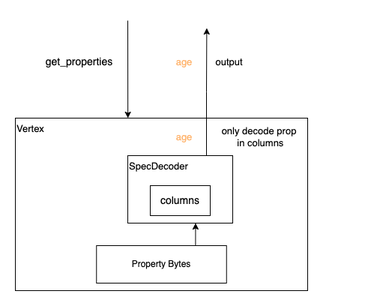
Above: assets/ospp-graphscope-filter-pushdown/column_filter2.png in waruto21/Jason210314.github.io (draw.io), before the change. Source tidied: cells renumbered, new cells last; positions are measured from the earlier drawing's top-left corner, leaving out a move shared by most shapes. Source of this version:
```xml
<mxGraphModel>
  <root>
    <mxCell id="0" />
    <mxCell id="1" parent="0" />
    <mxCell id="2" style="group;" parent="1" vertex="1">
      <mxGeometry width="450" height="360" as="geometry" />
    </mxCell>
    <mxCell id="3" style="group;" parent="2" vertex="1">
      <mxGeometry y="230" width="450" height="130" as="geometry" />
    </mxCell>
    <mxCell id="4" value="&lt;font color=&quot;#000000&quot;&gt;Vertex&lt;/font&gt;" style="rounded=0;whiteSpace=wrap;html=1;fontSize=13;fontColor=#FFB570;align=left;verticalAlign=top;" parent="3" vertex="1">
      <mxGeometry y="-100" width="390" height="230" as="geometry" />
    </mxCell>
    <mxCell id="5" style="edgeStyle=orthogonalEdgeStyle;rounded=0;jettySize=auto;html=1;exitX=0.75;exitY=0;exitDx=0;exitDy=0;entryX=0.646;entryY=1;entryDx=0;entryDy=0;entryPerimeter=0;fontSize=13;fontColor=#000000;" parent="3" edge="1" source="6" target="7">
      <mxGeometry relative="1" as="geometry" />
    </mxCell>
    <mxCell id="6" value="Property Bytes" style="rounded=0;whiteSpace=wrap;html=1;" parent="3" vertex="1">
      <mxGeometry x="108.2" y="70" width="173.5" height="50" as="geometry" />
    </mxCell>
    <mxCell id="7" value="SpecDecoder" style="rounded=0;whiteSpace=wrap;html=1;fontSize=13;fontColor=#000000;align=left;verticalAlign=top;" parent="3" vertex="1">
      <mxGeometry x="150" y="-50" width="140" height="90" as="geometry" />
    </mxCell>
    <mxCell id="8" value="columns" style="rounded=0;whiteSpace=wrap;html=1;fontSize=14;" parent="3" vertex="1">
      <mxGeometry x="180" y="-10" width="80" height="40" as="geometry" />
    </mxCell>
    <mxCell id="9" value="get_properties" style="text;html=1;align=center;verticalAlign=middle;points=[];strokeColor=none;fillColor=none;fontSize=14;" parent="2" vertex="1">
      <mxGeometry x="30" y="40" width="110" height="30" as="geometry" />
    </mxCell>
    <mxCell id="10" style="endArrow=classic;html=1;rounded=0;fontSize=13;fontColor=#000000;entryX=0.385;entryY=0;entryDx=0;entryDy=0;entryPerimeter=0;" parent="2" edge="1" target="4">
      <mxGeometry relative="1" as="geometry">
        <mxPoint x="150" as="sourcePoint" />
      </mxGeometry>
    </mxCell>
    <mxCell id="11" style="edgeStyle=orthogonalEdgeStyle;rounded=0;jettySize=auto;html=1;exitX=0.75;exitY=0;exitDx=0;exitDy=0;fontSize=13;fontColor=#000000;" parent="2" edge="1" source="7">
      <mxGeometry relative="1" as="geometry">
        <mxPoint x="255.4" y="10" as="targetPoint" />
      </mxGeometry>
    </mxCell>
    <mxCell id="12" value="output" style="text;html=1;align=center;verticalAlign=middle;strokeColor=none;fillColor=none;fontSize=13;fontColor=#000000;" parent="2" vertex="1">
      <mxGeometry x="255" y="40" width="60" height="30" as="geometry" />
    </mxCell>
    <mxCell id="13" value="&lt;font color=&quot;#ffb570&quot;&gt;age&lt;/font&gt;" style="text;html=1;align=center;verticalAlign=middle;strokeColor=none;fillColor=none;fontSize=13;fontColor=#000000;" parent="2" vertex="1">
      <mxGeometry x="200" y="40" width="50" height="30" as="geometry" />
    </mxCell>
    <mxCell id="14" value="only decode prop&lt;br&gt;&amp;nbsp;in columns" style="text;html=1;align=center;verticalAlign=middle;strokeColor=none;fillColor=none;fontSize=13;fontColor=#000000;" parent="2" vertex="1">
      <mxGeometry x="265" y="135" width="120" height="40" as="geometry" />
    </mxCell>
    <mxCell id="15" value="&lt;font color=&quot;#ffb570&quot;&gt;age&lt;/font&gt;" style="text;html=1;align=center;verticalAlign=middle;strokeColor=none;fillColor=none;fontSize=13;fontColor=#000000;" parent="2" vertex="1">
      <mxGeometry x="200" y="140" width="50" height="30" as="geometry" />
    </mxCell>
  </root>
</mxGraphModel>
```
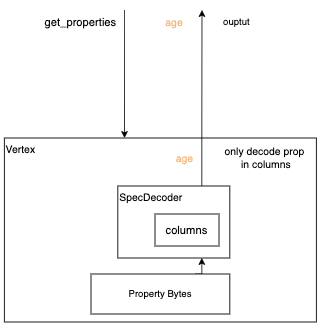
After the commit.

Change to the diagram source:
```diff
@@ -2,51 +2,45 @@
   <root>
     <mxCell id="0" />
     <mxCell id="1" parent="0" />
-    <mxCell id="2" style="group;" parent="1" vertex="1">
-      <mxGeometry width="450" height="360" as="geometry" />
+    <mxCell id="2" value="get_properties" style="text;html=1;align=center;verticalAlign=middle;strokeColor=none;fillColor=none;fontSize=14;" parent="1" vertex="1">
+      <mxGeometry width="110" height="30" as="geometry" />
     </mxCell>
-    <mxCell id="3" style="group;" parent="2" vertex="1">
-      <mxGeometry y="230" width="450" height="130" as="geometry" />
+    <mxCell id="3" style="endArrow=classic;html=1;rounded=0;fontSize=13;fontColor=#000000;entryX=0.385;entryY=0;entryDx=0;entryDy=0;entryPerimeter=0;" parent="1" edge="1" target="5">
+      <mxGeometry relative="1" as="geometry">
+        <mxPoint x="110" as="sourcePoint" />
+      </mxGeometry>
     </mxCell>
-    <mxCell id="4" value="&lt;font color=&quot;#000000&quot;&gt;Vertex&lt;/font&gt;" style="rounded=0;whiteSpace=wrap;html=1;fontSize=13;fontColor=#FFB570;align=left;verticalAlign=top;" parent="3" vertex="1">
-      <mxGeometry y="-100" width="390" height="230" as="geometry" />
+    <mxCell id="4" value="&lt;font color=&quot;#ffb570&quot;&gt;age&lt;/font&gt;" style="text;html=1;align=center;verticalAlign=middle;points=[];strokeColor=none;fillColor=none;fontSize=13;fontColor=#000000;" parent="1" vertex="1">
+      <mxGeometry x="146.8" width="50" height="30" as="geometry" />
     </mxCell>
-    <mxCell id="5" style="edgeStyle=orthogonalEdgeStyle;rounded=0;jettySize=auto;html=1;exitX=0.75;exitY=0;exitDx=0;exitDy=0;entryX=0.646;entryY=1;entryDx=0;entryDy=0;entryPerimeter=0;fontSize=13;fontColor=#000000;" parent="3" edge="1" source="6" target="7">
-      <mxGeometry relative="1" as="geometry" />
+    <mxCell id="5" value="&lt;font color=&quot;#000000&quot;&gt;Vertex&lt;/font&gt;" style="rounded=0;whiteSpace=wrap;html=1;fontSize=13;fontColor=#FFB570;align=left;verticalAlign=top;" parent="1" vertex="1">
+      <mxGeometry x="-40" y="160" width="390" height="230" as="geometry" />
     </mxCell>
-    <mxCell id="6" value="Property Bytes" style="rounded=0;whiteSpace=wrap;html=1;" parent="3" vertex="1">
-      <mxGeometry x="108.2" y="70" width="173.5" height="50" as="geometry" />
+    <mxCell id="6" style="edgeStyle=orthogonalEdgeStyle;rounded=0;jettySize=auto;html=1;exitX=0.75;exitY=0;exitDx=0;exitDy=0;entryX=0.75;entryY=1;entryDx=0;entryDy=0;" parent="1" edge="1" source="7" target="9">
+      <mxGeometry relative="1" as="geometry" />
     </mxCell>
-    <mxCell id="7" value="SpecDecoder" style="rounded=0;whiteSpace=wrap;html=1;fontSize=13;fontColor=#000000;align=left;verticalAlign=top;" parent="3" vertex="1">
-      <mxGeometry x="150" y="-50" width="140" height="90" as="geometry" />
+    <mxCell id="7" value="Property Bytes" style="rounded=0;whiteSpace=wrap;html=1;" parent="1" vertex="1">
+      <mxGeometry x="68.2" y="330" width="173.5" height="50" as="geometry" />
     </mxCell>
-    <mxCell id="8" value="columns" style="rounded=0;whiteSpace=wrap;html=1;fontSize=14;" parent="3" vertex="1">
-      <mxGeometry x="180" y="-10" width="80" height="40" as="geometry" />
+    <mxCell id="8" style="edgeStyle=orthogonalEdgeStyle;rounded=0;jettySize=auto;html=1;exitX=0.75;exitY=0;exitDx=0;exitDy=0;" parent="1" edge="1" source="9">
+      <mxGeometry relative="1" as="geometry">
+        <mxPoint x="207" as="targetPoint" />
+      </mxGeometry>
     </mxCell>
-    <mxCell id="9" value="get_properties" style="text;html=1;align=center;verticalAlign=middle;points=[];strokeColor=none;fillColor=none;fontSize=14;" parent="2" vertex="1">
-      <mxGeometry x="30" y="40" width="110" height="30" as="geometry" />
+    <mxCell id="9" value="SpecDecoder" style="rounded=0;whiteSpace=wrap;html=1;fontSize=13;fontColor=#000000;align=left;verticalAlign=top;" parent="1" vertex="1">
+      <mxGeometry x="101.8" y="220" width="140" height="90" as="geometry" />
     </mxCell>
-    <mxCell id="10" style="endArrow=classic;html=1;rounded=0;fontSize=13;fontColor=#000000;entryX=0.385;entryY=0;entryDx=0;entryDy=0;entryPerimeter=0;" parent="2" edge="1" target="4">
-      <mxGeometry relative="1" as="geometry">
-        <mxPoint x="150" as="sourcePoint" />
-      </mxGeometry>
+    <mxCell id="10" value="columns" style="rounded=0;whiteSpace=wrap;html=1;fontSize=14;" parent="1" vertex="1">
+      <mxGeometry x="148.2" y="255" width="80" height="40" as="geometry" />
     </mxCell>
-    <mxCell id="11" style="edgeStyle=orthogonalEdgeStyle;rounded=0;jettySize=auto;html=1;exitX=0.75;exitY=0;exitDx=0;exitDy=0;fontSize=13;fontColor=#000000;" parent="2" edge="1" source="7">
-      <mxGeometry relative="1" as="geometry">
-        <mxPoint x="255.4" y="10" as="targetPoint" />
-      </mxGeometry>
+    <mxCell id="11" value="ouptut" style="text;html=1;align=center;verticalAlign=middle;strokeColor=none;fillColor=none;" parent="1" vertex="1">
+      <mxGeometry x="220" width="60" height="30" as="geometry" />
     </mxCell>
-    <mxCell id="12" value="output" style="text;html=1;align=center;verticalAlign=middle;strokeColor=none;fillColor=none;fontSize=13;fontColor=#000000;" parent="2" vertex="1">
-      <mxGeometry x="255" y="40" width="60" height="30" as="geometry" />
+    <mxCell id="12" value="&lt;font color=&quot;#ffb570&quot;&gt;age&lt;/font&gt;" style="text;html=1;align=center;verticalAlign=middle;strokeColor=none;fillColor=none;fontSize=13;fontColor=#000000;" parent="1" vertex="1">
+      <mxGeometry x="160" y="170" width="50" height="30" as="geometry" />
     </mxCell>
-    <mxCell id="13" value="&lt;font color=&quot;#ffb570&quot;&gt;age&lt;/font&gt;" style="text;html=1;align=center;verticalAlign=middle;strokeColor=none;fillColor=none;fontSize=13;fontColor=#000000;" parent="2" vertex="1">
-      <mxGeometry x="200" y="40" width="50" height="30" as="geometry" />
+    <mxCell id="13" value="only decode prop&lt;br&gt;&amp;nbsp;in columns" style="text;html=1;align=center;verticalAlign=middle;strokeColor=none;fillColor=none;fontSize=13;fontColor=#000000;" parent="1" vertex="1">
+      <mxGeometry x="225" y="165" width="120" height="40" as="geometry" />
     </mxCell>
-    <mxCell id="14" value="only decode prop&lt;br&gt;&amp;nbsp;in columns" style="text;html=1;align=center;verticalAlign=middle;strokeColor=none;fillColor=none;fontSize=13;fontColor=#000000;" parent="2" vertex="1">
-      <mxGeometry x="265" y="135" width="120" height="40" as="geometry" />
-    </mxCell>
-    <mxCell id="15" value="&lt;font color=&quot;#ffb570&quot;&gt;age&lt;/font&gt;" style="text;html=1;align=center;verticalAlign=middle;strokeColor=none;fillColor=none;fontSize=13;fontColor=#000000;" parent="2" vertex="1">
-      <mxGeometry x="200" y="140" width="50" height="30" as="geometry" />
-    </mxCell>
   </root>
 </mxGraphModel>
```
